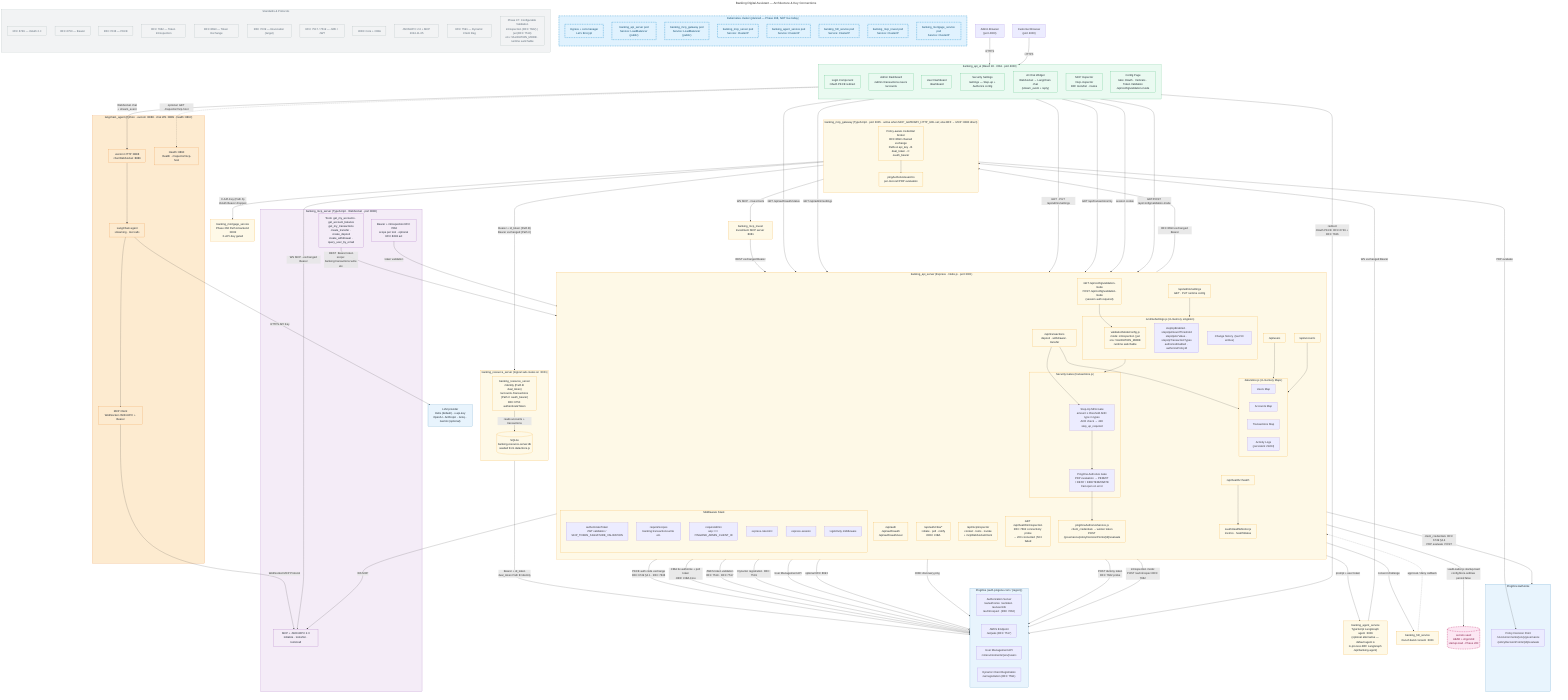
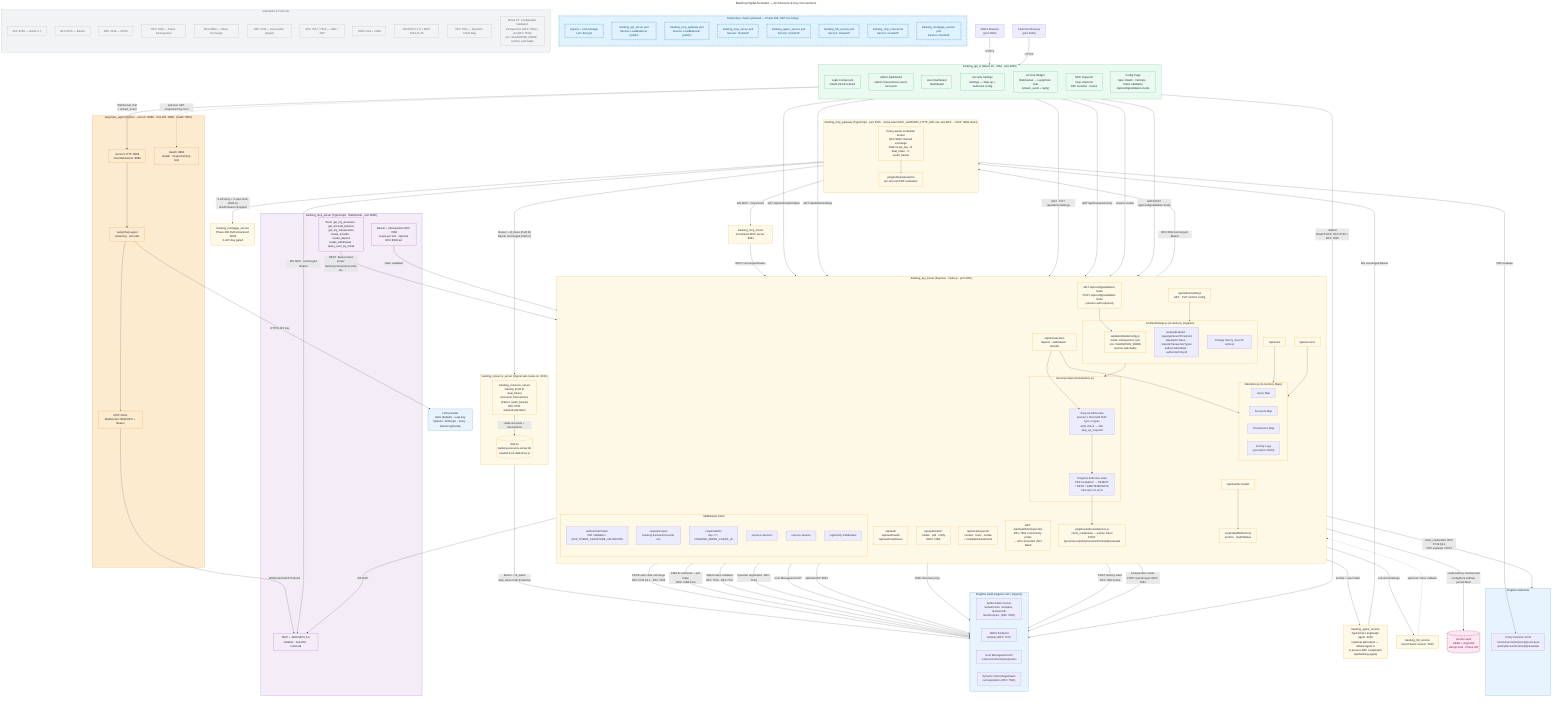
---
title: Banking Digital Assistant — Architecture & Key Connections
---
flowchart TB
    %% ── Phase 268 future K8s topology — DASHED = PLANNED, NOT SHIPPED ─
    subgraph K8s["Kubernetes cluster (planned — Phase 268, NOT live today)"]
        direction TB
        Ingress["Ingress + cert-manager<br/>Let's Encrypt"]
        BFFPod["banking_api_server pod<br/>Service: LoadBalancer (public)"]
        GWPod["banking_mcp_gateway pod<br/>Service: LoadBalancer (public)"]
        MCPPod["banking_mcp_server pod<br/>Service: ClusterIP"]
        AgentPod["banking_agent_service pod<br/>Service: ClusterIP"]
        HITLPod["banking_hitl_service pod<br/>Service: ClusterIP"]
        InvestPod["banking_mcp_invest pod<br/>Service: ClusterIP"]
        MortgagePod["banking_mortgage_service pod<br/>Service: ClusterIP"]
    end

    %% ── External Users ────────────────────────────────────────────────────────
    AdminBrowser["Admin Browser<br/>(port 4000)"]
    CustomerBrowser["Customer Browser<br/>(port 4000)"]

    %% ── Frontend ──────────────────────────────────────────────────────────────
    subgraph UI["banking_api_ui  (React 18 · CRA · port 4000)"]
        direction TB
        Login["Login Component\nOAuth PKCE redirect"]
        Dashboard["Admin Dashboard\n/admin /transactions /users /accounts"]
        UserDash["User Dashboard\n/dashboard"]
        SecuritySettings["Security Settings\n/settings — Step-up + Authorize config"]
        ChatWidget["AI Chat Widget\nWebSocket → LangChain chat\n(stream_event + reply)"]
        McpInspector["MCP Inspector\n/mcp-inspector\nBFF tools/list · invoke"]
        ConfigPage["Config Page\ntabs: OAuth · Verticals · Token Validation\n/api/config/validation-mode"]
    end

    %% ── API Server ────────────────────────────────────────────────────────────
    subgraph API["banking_api_server  (Express · Node.js · port 3001)"]
        direction TB
        AuthRoutes["/api/auth\n/api/auth/oauth\n/api/auth/oauth/user"]
        CibaRoutes["/api/auth/ciba/*\ninitiate · poll · notify\nOIDC CIBA"]
        McpInspectorRoutes["/api/mcp/inspector\ncontext · tools · invoke\n+ mcpWebSocketClient"]
        TxRoutes["/api/transactions\ndeposit · withdrawal · transfer"]
        AdminRoutes["/api/admin/settings\nGET · PUT runtime config"]
        UserRoutes["/api/users"]
        AccountRoutes["/api/accounts"]
        Health["/api/healthz  /health"]
        ValidationRoutes["GET /api/config/validation-mode
POST /api/config/validation-mode
(session auth required)"]
        IntrospectionHealth["GET /api/health/introspection
RFC 7662 connectivity probe
→ 200 connected | 503 failed"]

        subgraph Middleware["Middleware Stack"]
            AuthMW["authenticateToken\nJWT validation / SKIP_TOKEN_SIGNATURE_VALIDATION"]
            ScopeMW["requireScopes\nbanking:transactions:write etc."]
            AdminMW["requireAdmin\nazp === PINGONE_ADMIN_CLIENT_ID"]
            RateLimiter["express-rate-limit"]
            Session["express-session"]
            ActivityLog["logActivity middleware"]
        end

        subgraph Gates["Security Gates  (transactions.js)"]
            StepUpGate["Step-Up MFA Gate\namount ≥ threshold AND type in types\nACR check → 428 step_up_required"]
            AuthorizeGate["PingOne Authorize Gate\nPDP evaluation → PERMIT / DENY / INDETERMINATE\nFail-open on error"]
        end

        subgraph RuntimeSettings["runtimeSettings.js  (in-memory singleton)"]
            ValidationMode["validationModeConfig.js
mode: introspection | jwt
env: VALIDATION_MODE
runtime switchable"]
            RSFields["stepUpEnabled · stepUpAmountThreshold\nstepUpAcrValue · stepUpTransactionTypes\nauthorizeEnabled · authorizePolicyId"]
            RSHistory["Change history  (last 50 entries)"]
        end

        subgraph DataStore["data/store.js  (in-memory Maps)"]
            Users["Users Map"]
            Accounts["Accounts Map"]
            Transactions["Transactions Map"]
            ActivityLogs["Activity Logs\n(persistent JSON)"]
        end

        AuthorizeService["pingOneAuthorizeService.js\nclient_credentials → worker token\nPOST /governance/policyDecisionPoints/{id}/evaluate"]
        OAuthMonitor["oauthHealthMonitor.js\nmetrics · healthStatus"]
    end

    %% ── MCP Server ────────────────────────────────────────────────────────────
    subgraph MCP["banking_mcp_server  (TypeScript · WebSocket · port 8080)"]
        MCPProtocol["MCP + JSON-RPC 2.0\ninitialize · tools/list · tools/call"]
        MCPTools["Tools: get_my_accounts · get_account_balance\nget_my_transactions\ncreate_transfer · create_deposit\ncreate_withdrawal · query_user_by_email"]
        MCPAuth["Bearer + introspection RFC 7662\nscope per tool · optional RFC 8693 act"]
    end

    %% ── LangChain Agent ───────────────────────────────────────────────────────
    subgraph Agent["langchain_agent  (Python · uvicorn :8888 · chat WS :8889 · health :8890)"]
        FastAPI["uvicorn HTTP :8888<br/>chat WebSocket :8889"]
        HealthInsp["Health :8890<br/>/health · /inspector/mcp-host"]
        LangChain["LangChain agent<br/>streaming · tool calls"]
        MCPClientPy["MCP Client<br/>WebSocket JSON-RPC + Bearer"]
    end

    %% ── MCP Gateway (Phase 243 + 266) ──────────────────────────────────
    subgraph Gateway["banking_mcp_gateway  (TypeScript · port 3005 · active when MCP_GATEWAY_HTTP_URL set; else BFF → MCP :8080 direct)"]
        direction TB
        GwProxy["Policy-aware credential broker<br/>RFC 8693 chained exchange<br/>Paths A api_key - B dual_token - C oauth_bearer"]
        GwAuthorize["pingAuthorizeGuard.ts<br/>per-tool-call PDP evaluation"]
    end

    %% ── Additional Node services ───────────────────────────────────────
    AgentService["banking_agent_service<br/>TypeScript LangGraph agent :3006<br/>(optional alternative — default agent is<br/>in-process BFF LangGraph /api/banking-agent)"]
    MCPInvestSvc["banking_mcp_invest<br/>Investment MCP server :8081"]
    MortgageSvc["banking_mortgage_service<br/>Phase 266 Path A backend :8082<br/>X-API-Key gated"]
    HITLSvc["banking_hitl_service<br/>Out-of-band consent :3009"]

    %% ── Phase 269 vault ────────────────────────────────────────────────
    Vault[("secrets.vault<br/>AEAD + Argon2id<br/>startup-load - Phase 269")]

    %% ── External Services ─────────────────────────────────────────────────────
    subgraph PingOneCloud["PingOne  (auth.pingone.com / {region})"]
        direction LR
        OIDC_AS["Authorization Server\n/as/authorize  /as/token  /as/userinfo\n/as/introspect  (RFC 7662)"]
        JWKS["JWKS Endpoint\n/as/jwks  (RFC 7517)"]
        UserMgmt["User Management API\n/v1/environments/{env}/users"]
        AppRegistration["Dynamic Client Registration\n/as/registration  (RFC 7591)"]
    end

    subgraph PingOneAuthorize["PingOne Authorize"]
        PDP["Policy Decision Point\n/v1/environments/{env}/governance\n/policyDecisionPoints/{id}/evaluate"]
    end

    LLM["LLM provider<br/>Helix (default) - x-api-key<br/>OpenAI - Anthropic - Groq - Gemini (optional)"]

    %% ── Connections: Browser → UI ──────────────────────────────────────────────
    AdminBrowser -->|"HTTPS"| UI
    CustomerBrowser -->|"HTTPS"| UI

    %% ── Connections: UI → API (proxied via CRA proxy :3001) ───────────────────
    Login -->|"redirect\nOAuth PKCE  RFC 6749 + RFC 7636"| OIDC_AS
    Login -->|"GET /api/auth/oauth/status"| AuthRoutes
    Dashboard -->|"GET /api/admin/settings"| AdminRoutes
    SecuritySettings -->|"GET · PUT /api/admin/settings"| AdminRoutes
    UserDash -->|"GET /api/transactions/my"| TxRoutes
    ChatWidget -->|"WebSocket chat\n+ stream_event"| FastAPI

    McpInspector -->|"session cookie"| McpInspectorRoutes
    McpInspector -.->|"optional: GET /inspector/mcp-host"| HealthInsp

    %% ── Connections: API ↔ PingOne ────────────────────────────────────────────
    AuthRoutes -->|"PKCE auth code exchange\nRFC 6749 §4.1 · RFC 7636"| OIDC_AS
    CibaRoutes -->|"CIBA bc-authorize + poll token\nOIDF CIBA Core"| OIDC_AS
    AuthMW -->|"JWKS token validation\nRFC 7519 · RFC 7517"| JWKS
    AuthorizeService -->|"client_credentials  RFC 6749 §4.4\nPDP evaluate  POST"| PingOneAuthorize
    AuthRoutes -->|"Dynamic registration  RFC 7591"| AppRegistration
    AdminRoutes -->|"User Management API"| UserMgmt
    McpInspectorRoutes -->|"optional RFC 8693"| OIDC_AS
    McpInspectorRoutes -->|"WS MCP"| MCPProtocol

    %% ── Connections: Gates → Services ─────────────────────────────────────────
    TxRoutes --> StepUpGate
    StepUpGate --> AuthorizeGate
    AuthorizeGate --> AuthorizeService
    AdminRoutes --> RuntimeSettings
    RuntimeSettings --> Gates

    %% ── Connections: API → DataStore ──────────────────────────────────────────
    TxRoutes --> DataStore
    UserRoutes --> DataStore
    AccountRoutes --> DataStore

    %% ── Connections: MCP → API ────────────────────────────────────────────────
    MCPTools -->|"REST  Bearer token\nscope: banking:transactions:write etc."| TxRoutes
    MCPAuth -->|"token validation"| AuthMW
    MCPClientPy -->|"WebSocket  MCP Protocol"| MCPProtocol

    %% ── Connections: Agent → MCP + OpenAI ─────────────────────────────────────
    LangChain --> MCPClientPy
    LangChain -->|"HTTPS  API Key"| LLM
    FastAPI --> LangChain

    %% ── Phase 270: edges for newly-named services ─────────────────────
    AuthRoutes -->|"RFC 8693 exchanged Bearer"| GwProxy
    GwProxy --> GwAuthorize
    GwProxy -->|"WS MCP - exchanged Bearer"| MCPProtocol
    GwProxy -->|"WS MCP - invest tools"| MCPInvestSvc
-     GwProxy -->|"X-API-Key (Path A)<br/>OAuth Bearer dropped"| MortgageSvc
+     GwProxy -->|"X-API-Key + X-User-Sub (Path A)<br/>OAuth Bearer dropped"| MortgageSvc
    GwProxy -->|"Bearer + id_token (Path B)<br/>Bearer exchanged (Path C)"| BankingRS
    AuthRoutes -->|"prompt + user token"| AgentService
    AgentService -->|"WS exchanged Bearer"| GwProxy
    AuthRoutes -->|"consent challenge"| HITLSvc
    HITLSvc -.->|"approval / deny callback"| AuthRoutes
    AuthRoutes -->|"vaultLoader.js startup-load<br/>configStore.setRaw persist:false"| Vault
    MCPInvestSvc -->|"REST exchanged Bearer"| TxRoutes
    GwAuthorize -->|"PDP evaluate"| PDP

    %% ── Connections: OAuthMonitor ─────────────────────────────────────────────
    OAuthMonitor -->|"OIDC discovery ping"| OIDC_AS
    Health --> OAuthMonitor

    %% ── Connections: Token Validation Config ─────────────────────────────────
    ConfigPage -->|"GET/POST /api/config/validation-mode"| ValidationRoutes
    ValidationRoutes --> ValidationMode
    IntrospectionHealth -->|"POST dummy token
RFC 7662 probe"| OIDC_AS
    AuthMW -->|"introspection mode:
POST /as/introspect RFC 7662"| OIDC_AS

    %% Phase 266 R2: banking_resource_server (live) — Paths B and C both terminate here.
-     %% Path A (api_key): RFC 6750 bearer dropped; X-API-Key injected at Gateway — no backend call.
+     %% Path A (api_key): RFC 6750 bearer dropped; X-API-Key + X-User-Sub injected at Gateway; calls banking_mortgage_service :8082 (Phase 267).
    %% Path B (dual_token): Bearer + id_token forwarded to /identity — RFC 8693 + RFC 8707 + OIDC Core ss3.1.3.7.
    %% Path C (oauth_bearer): RFC 8693 exchange; Bearer (new aud) to /accounts /transactions — SQLite-backed.
    subgraph ResourceServer["banking_resource_server  (logical sub-routes on :3001)"]
        direction TB
        BankingRS["banking_resource_server<br/>/identity (Path B dual_token)<br/>/accounts /transactions (Path C oauth_bearer)<br/>RFC 6750 authenticateToken"]
        BankingSQLite[("SQLite<br/>banking-resource-server.db<br/>seeded from data/store.js")]
    end

    BankingRS -->|"Bearer + id_token<br/>dual_token Path B /identity"| JWKS
    BankingRS -->|"reads accounts + transactions"| BankingSQLite

    %% ── Standards Legend ──────────────────────────────────────────────────────
    subgraph Standards["Standards & Protocols"]
        direction TB
        S1["RFC 6749 — OAuth 2.0"]
        S2["RFC 6750 — Bearer"]
        S3["RFC 7636 — PKCE"]
        S4["RFC 7662 — Token Introspection"]
        S5["RFC 8693 — Token Exchange"]
        S6["RFC 7009 — Revocation (target)"]
        S7["RFC 7517 / 7519 — JWK / JWT"]
        S8["OIDC Core + CIBA"]
        S9["JSON-RPC 2.0 + MCP 2024-11-05"]
        S10["RFC 7591 — Dynamic Client Reg"]
        S11["Phase 97: Configurable Validation
introspection (RFC 7662) | jwt (RFC 7519)
env: VALIDATION_MODE · runtime switchable"]
    end

    %% ── Styling ───────────────────────────────────────────────────────────────
    classDef external fill:#e8f4fd,stroke:#2980b9,color:#1a252f
    classDef frontend fill:#eafaf1,stroke:#27ae60,color:#1a252f
    classDef backend fill:#fef9e7,stroke:#f39c12,color:#1a252f
    classDef mcp fill:#f4ecf7,stroke:#8e44ad,color:#1a252f
    classDef agent fill:#fdebd0,stroke:#e67e22,color:#1a252f
    classDef standard fill:#f2f3f4,stroke:#95a5a6,color:#566573
    classDef k8s fill:#e0f2fe,stroke:#0284c7,color:#0c4a6e,stroke-width:2px,stroke-dasharray: 6 4
    classDef planned fill:#fce7f3,stroke:#be185d,color:#831843,stroke-width:2px,stroke-dasharray: 6 4

    class PingOneCloud,PingOneAuthorize,LLM external
    class UI,Login,Dashboard,UserDash,SecuritySettings,ChatWidget,McpInspector,ConfigPage frontend
    class API,AuthRoutes,CibaRoutes,McpInspectorRoutes,TxRoutes,AdminRoutes,UserRoutes,AccountRoutes,Health,Middleware,Gates,RuntimeSettings,DataStore,AuthorizeService,OAuthMonitor,ValidationMode,ValidationRoutes,IntrospectionHealth backend
    class MCP,MCPProtocol,MCPTools,MCPAuth mcp
    class Agent,FastAPI,HealthInsp,LangChain,MCPClientPy agent
    class Standards,S1,S2,S3,S4,S5,S6,S7,S8,S9,S10,S11 standard
    class Gateway,GwProxy,GwAuthorize,AgentService,MCPInvestSvc,MortgageSvc,HITLSvc,ResourceServer,BankingRS,BankingSQLite backend
    class Vault planned
    class K8s,Ingress,BFFPod,GWPod,MCPPod,AgentPod,HITLPod,InvestPod,MortgagePod k8s
